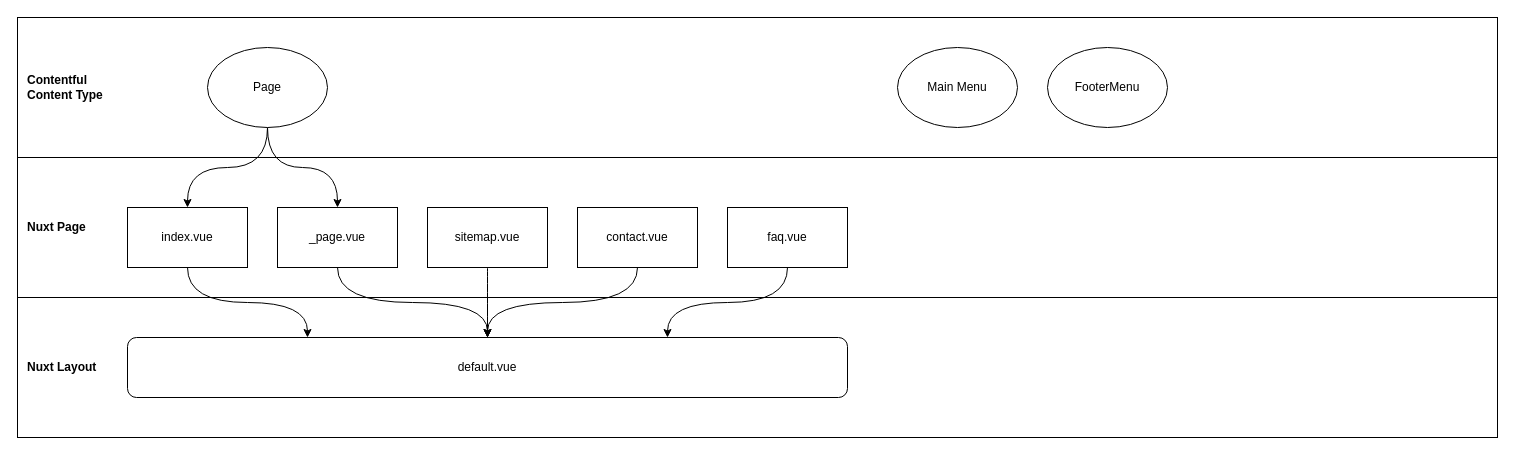
This is page "Content types mapped to Nuxt pages" (3 of 3) of doc/overview.drawio from spacebetweentherapy/website, a draw.io file, before an edit. Source tidied: cells renumbered, new cells numbered last; positions are measured from the earlier drawing's top-left corner, leaving out a move shared by most shapes. Both pictures are drawn from the tidied source at 100%, with x=0, y=0 at pixel (17, 17).
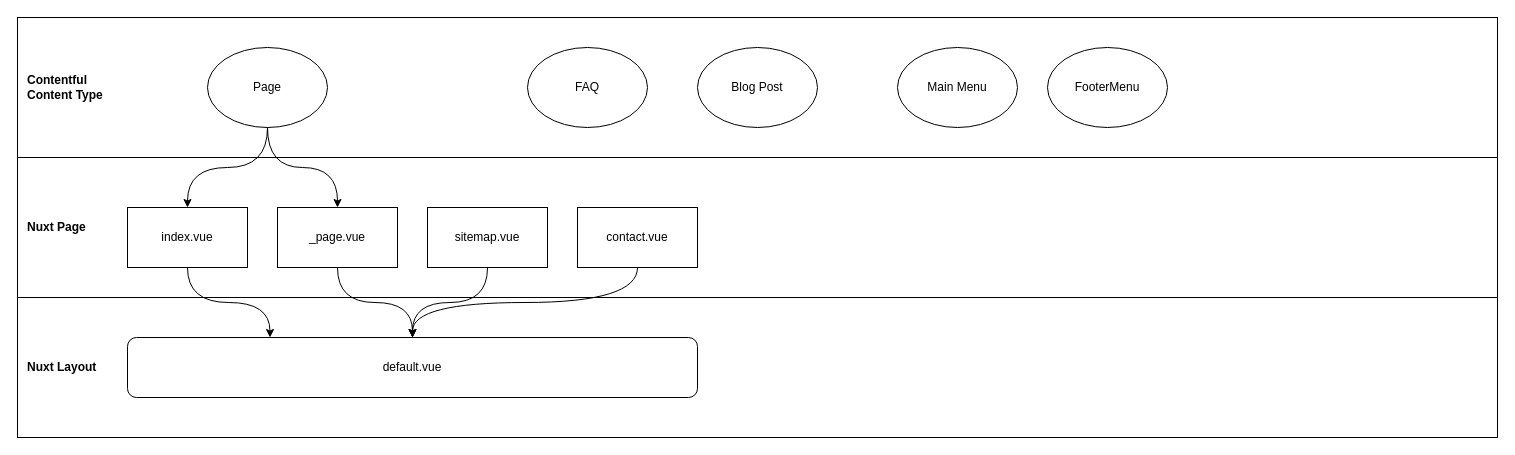
After the change.

Diff of the diagram source:
```diff
@@
     <mxCell id="13" value="default.vue" style="rounded=1;whiteSpace=wrap;html=1;" parent="1" vertex="1">
-      <mxGeometry x="110" y="320" width="720" height="60" as="geometry" />
+      <mxGeometry x="110" y="320" width="570" height="60" as="geometry" />
     </mxCell>
@@
-    <mxCell id="19" value="faq.vue" style="rounded=0;whiteSpace=wrap;html=1;" parent="1" vertex="1">
-      <mxGeometry x="710" y="190" width="120" height="60" as="geometry" />
-    </mxCell>
-    <mxCell id="20" style="edgeStyle=orthogonalEdgeStyle;jettySize=auto;html=1;curved=1;exitX=0.5;exitY=1;exitDx=0;exitDy=0;entryX=0.75;entryY=0;entryDx=0;entryDy=0;" parent="1" edge="1" source="19" target="13">
-      <mxGeometry relative="1" as="geometry" />
-    </mxCell>
+    <mxCell id="21" value="Blog Post" style="ellipse;whiteSpace=wrap;html=1;align=center;" parent="1" vertex="1">
+      <mxGeometry x="680" y="30" width="120" height="80" as="geometry" />
+    </mxCell>
+    <mxCell id="22" value="FAQ" style="ellipse;whiteSpace=wrap;html=1;align=center;" parent="1" vertex="1">
+      <mxGeometry x="510" y="30" width="120" height="80" as="geometry" />
+    </mxCell>
```
